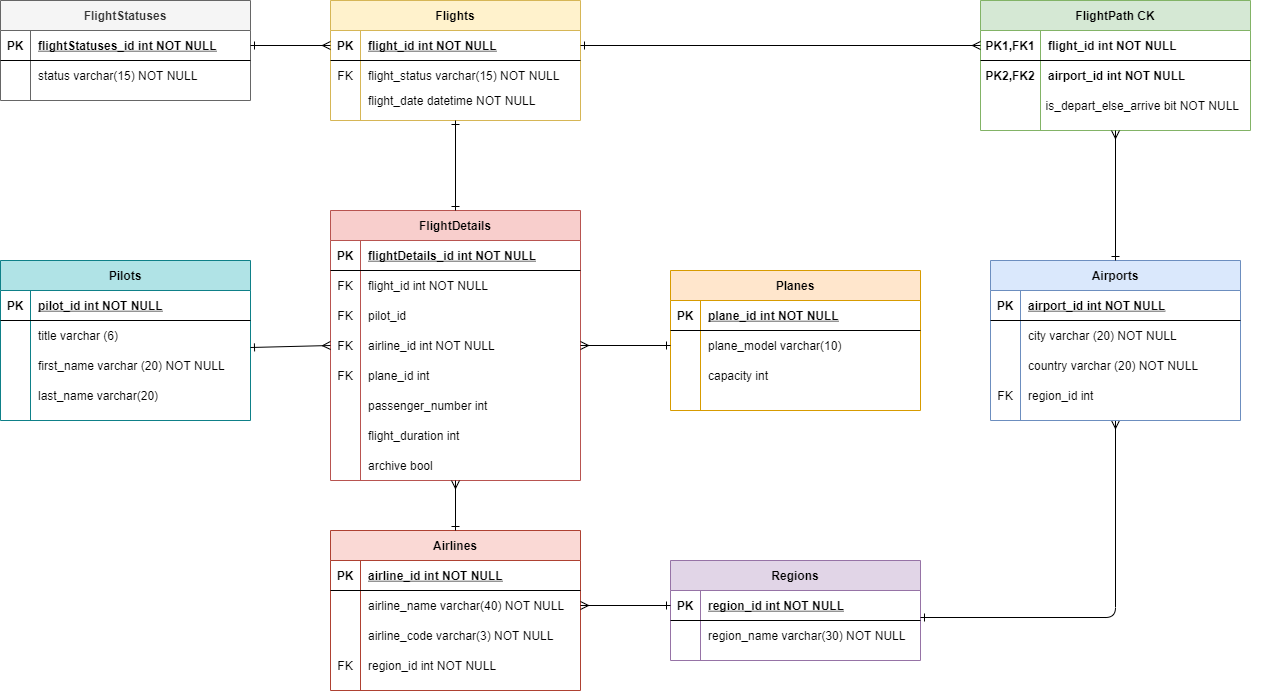
tak-li98/SpartaFlightManager keeps this draw.io diagram as Images/SpartaFlightERD.png. Above is the earlier version. Source tidied: cells renumbered, new cells last; positions are measured from the earlier drawing's top-left corner, leaving out a move shared by most shapes.
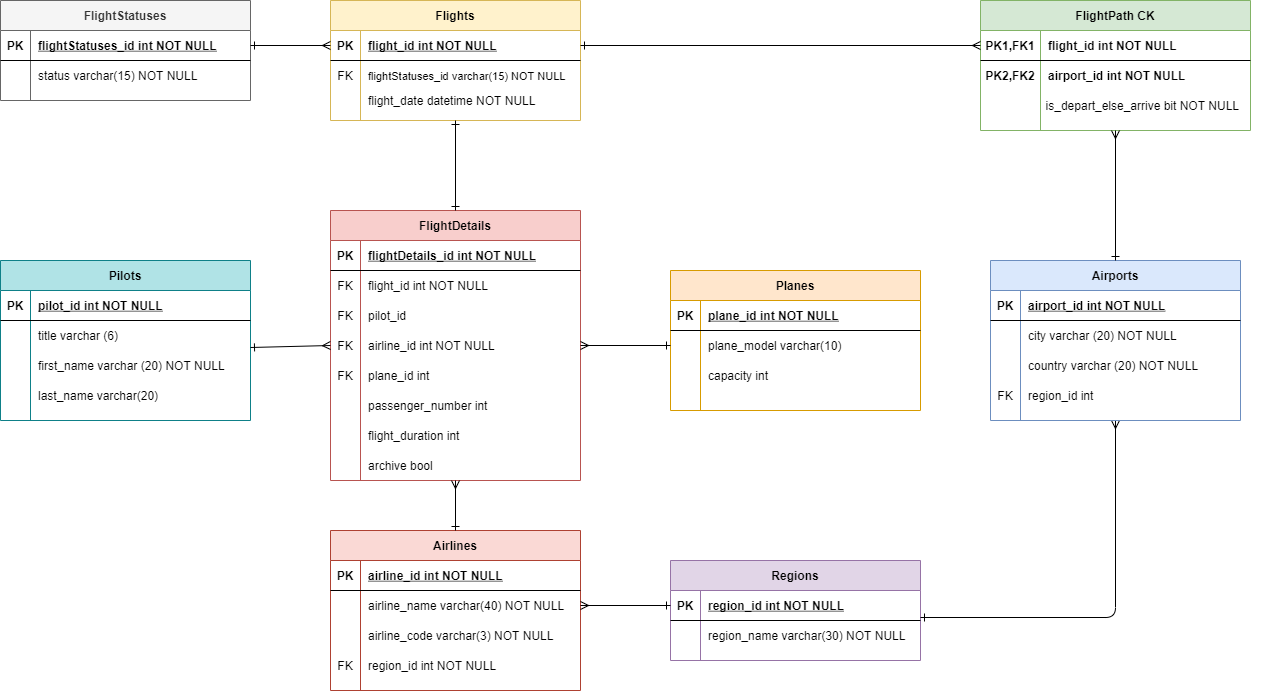
The same file after the commit.

Diff of the diagram source:
```diff
@@ -50,7 +50,7 @@
     <mxCell id="17" value="FK" style="shape=partialRectangle;overflow=hidden;fillColor=none;top=0;left=0;bottom=0;right=0;" parent="16" vertex="1">
       <mxGeometry width="30" height="30" as="geometry" />
     </mxCell>
-    <mxCell id="18" value="flight_status varchar(15) NOT NULL" style="shape=partialRectangle;overflow=hidden;fillColor=none;top=0;left=0;bottom=0;right=0;align=left;spacingLeft=6;fontSize=12;" parent="16" vertex="1">
+    <mxCell id="18" value="flightStatuses_id varchar(15) NOT NULL" style="shape=partialRectangle;overflow=hidden;fillColor=none;top=0;left=0;bottom=0;right=0;align=left;spacingLeft=6;fontSize=11;" parent="16" vertex="1">
       <mxGeometry x="30" width="220" height="30" as="geometry" />
     </mxCell>
     <mxCell id="19" value="Pilots" style="shape=table;startSize=30;rowLines=0;fontStyle=1;align=center;fillColor=#b0e3e6;strokeColor=#0e8088;" parent="1" vertex="1">
```
